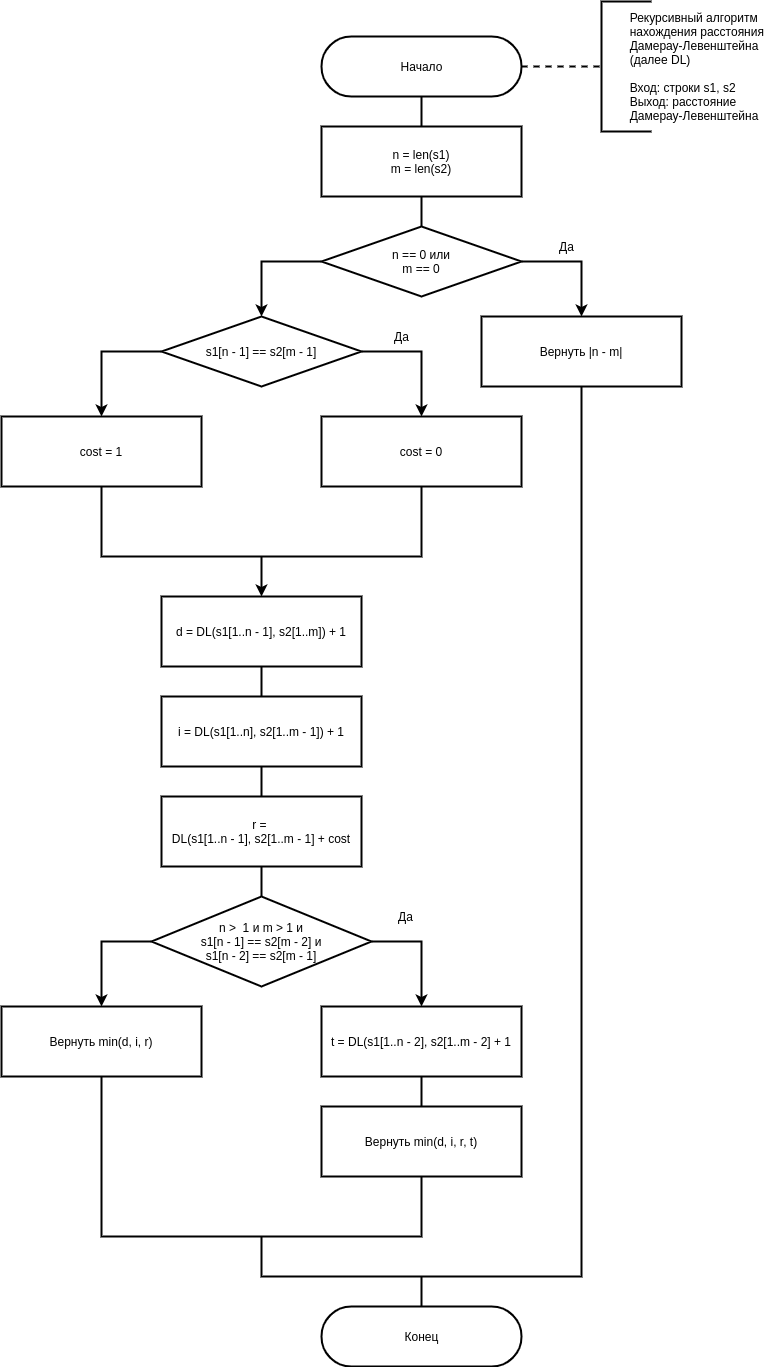
Above: lab_01/doc/tex/img/dl.png in hamzreg/bmstu-aa (draw.io), before the change. Source tidied: cells renumbered, new cells last; positions are measured from the earlier drawing's top-left corner, leaving out a move shared by most shapes.
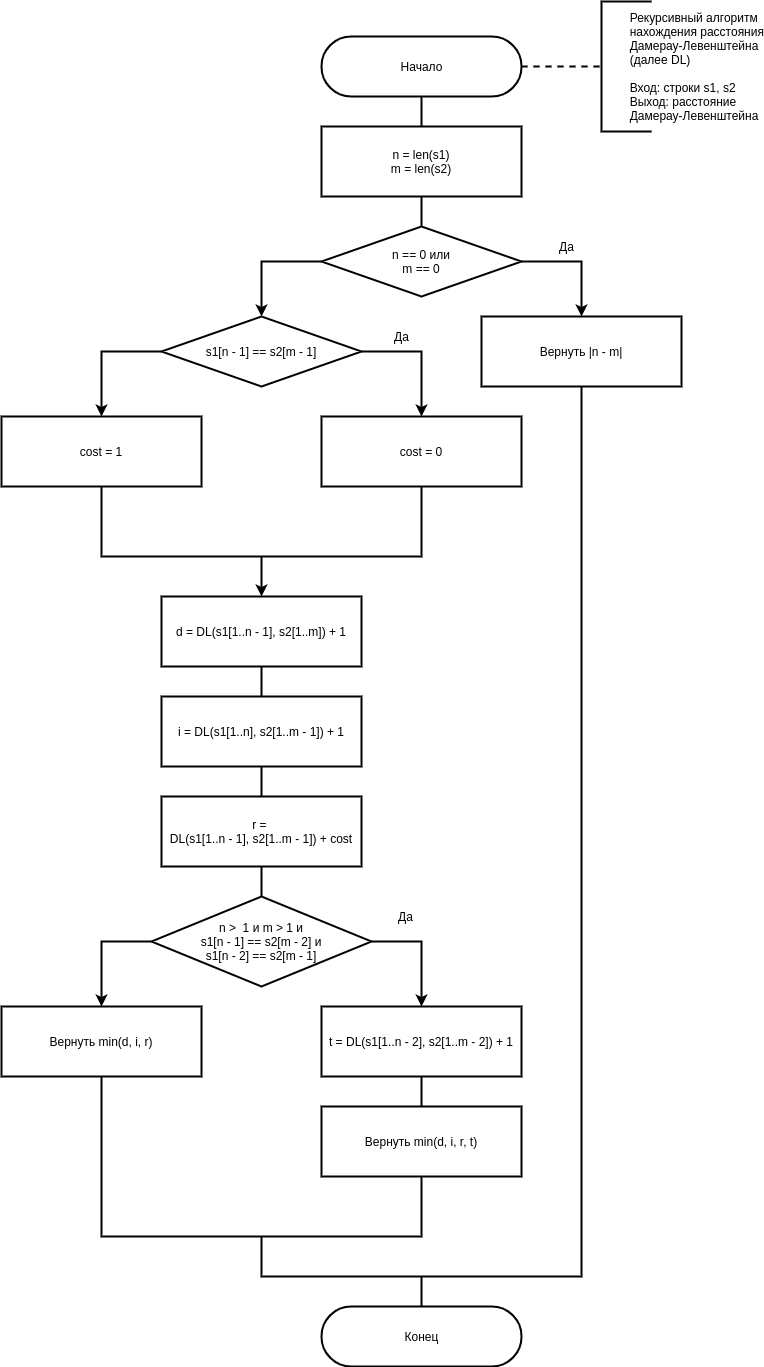
After the change.

Diff of the diagram source:
```diff
@@ -92,7 +92,7 @@
     <mxCell id="24" style="edgeStyle=orthogonalEdgeStyle;rounded=0;jettySize=auto;html=1;exitX=0.5;exitY=1;exitDx=0;exitDy=0;entryX=0.5;entryY=0;entryDx=0;entryDy=0;endArrow=none;endFill=0;strokeWidth=2;" parent="1" edge="1" source="25" target="33">
       <mxGeometry relative="1" as="geometry" />
     </mxCell>
-    <mxCell id="25" value="&lt;font style=&quot;font-size: 12px&quot;&gt;r = &lt;br&gt;DL(s1[1..n - 1], s2[1..m - 1] + cost&lt;br&gt;&lt;/font&gt;" style="rounded=0;whiteSpace=wrap;html=1;strokeWidth=2;" parent="1" vertex="1">
+    <mxCell id="25" value="&lt;font style=&quot;font-size: 12px&quot;&gt;r = &lt;br&gt;DL(s1[1..n - 1], s2[1..m - 1]) + cost&lt;br&gt;&lt;/font&gt;" style="rounded=0;whiteSpace=wrap;html=1;strokeWidth=2;" parent="1" vertex="1">
       <mxGeometry x="160" y="795" width="200" height="70" as="geometry" />
     </mxCell>
     <mxCell id="26" style="edgeStyle=orthogonalEdgeStyle;rounded=0;jettySize=auto;html=1;exitX=0.5;exitY=1;exitDx=0;exitDy=0;entryX=0.5;entryY=0;entryDx=0;entryDy=0;endArrow=none;endFill=0;strokeWidth=2;" parent="1" edge="1" source="27" target="25">
@@ -126,7 +126,7 @@
         <mxPoint x="420" y="1105" as="targetPoint" />
       </mxGeometry>
     </mxCell>
-    <mxCell id="35" value="&lt;font&gt;t = DL(s1[1..n - 2], s2[1..m - 2] + 1&lt;br&gt;&lt;/font&gt;" style="rounded=0;whiteSpace=wrap;html=1;strokeWidth=2;" parent="1" vertex="1">
+    <mxCell id="35" value="&lt;font&gt;t = DL(s1[1..n - 2], s2[1..m - 2]) + 1&lt;br&gt;&lt;/font&gt;" style="rounded=0;whiteSpace=wrap;html=1;strokeWidth=2;" parent="1" vertex="1">
       <mxGeometry x="320" y="1005" width="200" height="70" as="geometry" />
     </mxCell>
     <mxCell id="36" style="edgeStyle=orthogonalEdgeStyle;rounded=0;jettySize=auto;html=1;exitX=0.5;exitY=1;exitDx=0;exitDy=0;entryX=0.5;entryY=1;entryDx=0;entryDy=0;endArrow=none;endFill=0;strokeWidth=2;" parent="1" edge="1" source="37">
```
